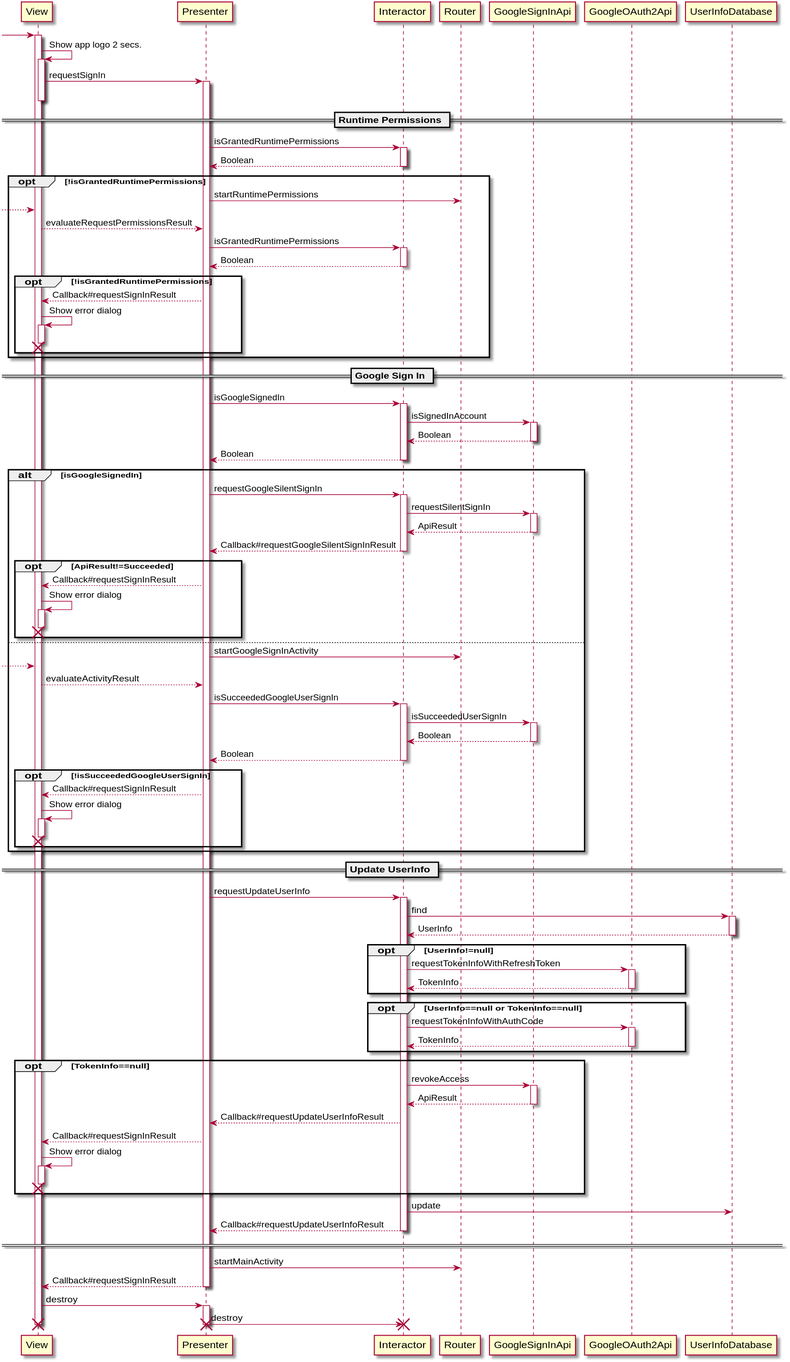
This is uml/splash/sequence_diagram_splash.svg from sallyluenoa/PhotoSlideShow, a PlantUML export, as it was before one commit.
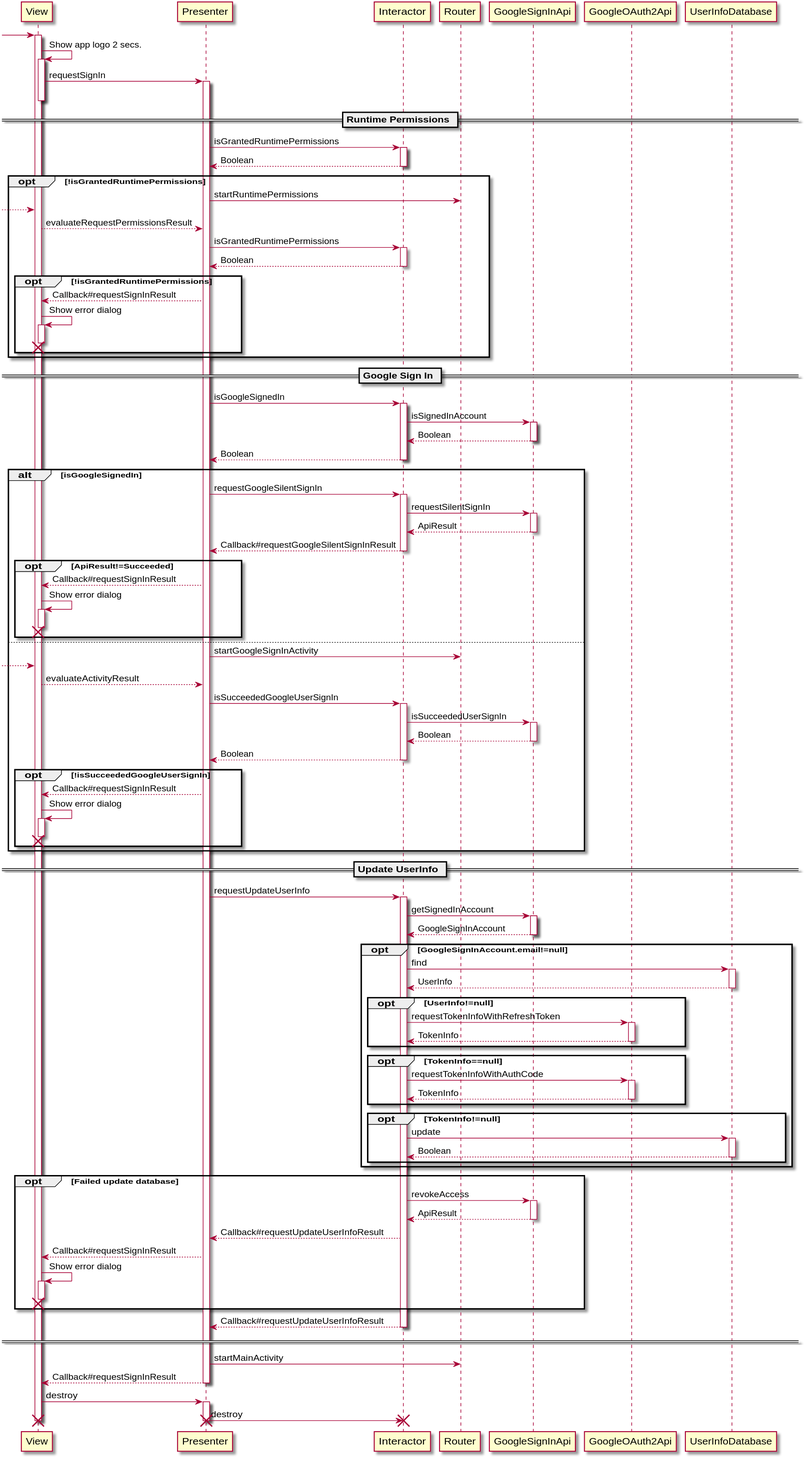
Above is the later version.

Commit message:
Write UML for design #13

Change to the diagram source:
```diff
@@ -76,20 +76,31 @@
 
 Presenter -> Interactor++: requestUpdateUserInfo
 
-Interactor -> UserInfoDatabase++: find
-return UserInfo
+Interactor -> GoogleSignInApi++: getSignedInAccount
+return GoogleSignInAccount
 
-opt UserInfo!=null
-  Interactor -> GoogleOAuth2Api++: requestTokenInfoWithRefreshToken
-  return TokenInfo
+opt GoogleSignInAccount.email!=null
+
+  Interactor -> UserInfoDatabase++: find
+  return UserInfo
+
+  opt UserInfo!=null
+    Interactor -> GoogleOAuth2Api++: requestTokenInfoWithRefreshToken
+    return TokenInfo
+  end
+
+  opt TokenInfo==null
+    Interactor -> GoogleOAuth2Api++: requestTokenInfoWithAuthCode
+    return TokenInfo
+  end
+
+  opt TokenInfo!=null
+    Interactor -> UserInfoDatabase++: update
+    return Boolean
+  end
 end
 
-opt UserInfo==null or TokenInfo==null
-  Interactor -> GoogleOAuth2Api++: requestTokenInfoWithAuthCode
-  return TokenInfo
-end
-
-opt TokenInfo==null
+opt Failed update database
   Interactor -> GoogleSignInApi++: revokeAccess
   return ApiResult
   Presenter <-- Interactor: Callback#requestUpdateUserInfoResult
@@ -98,7 +109,6 @@
   destroy View
 end
 
-Interactor -> UserInfoDatabase: update
 Presenter <-- Interactor--: Callback#requestUpdateUserInfoResult
 
 ====
```
